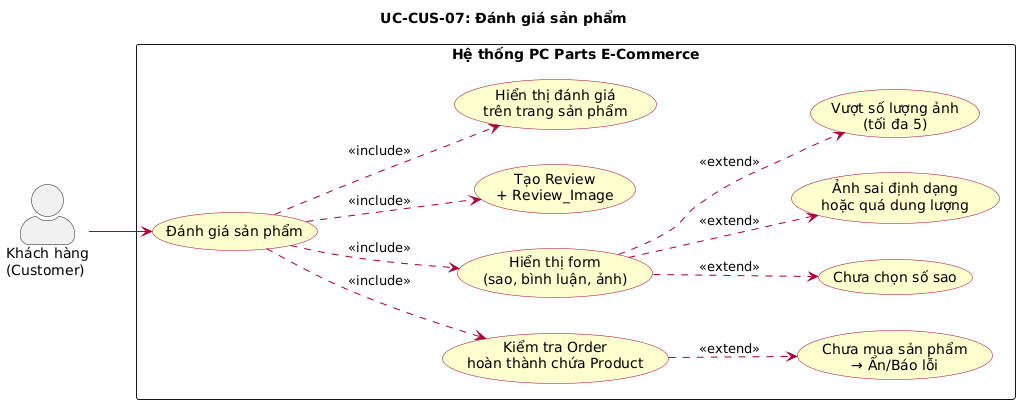
Before: docs/diagrams/images/uc_CUS07_danh_gia_san_pham.png, a diagram exported from PlantUML (huuhieu56/PC-Parts-ECommerce).
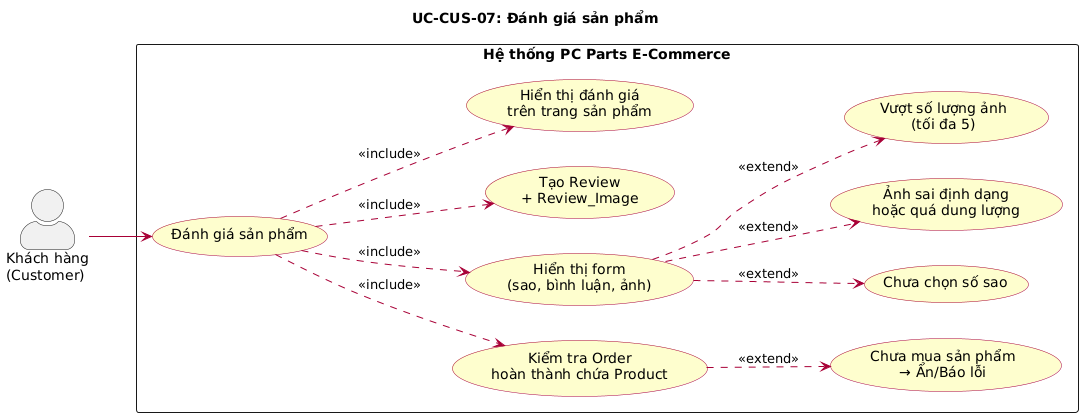
Above is the later version.

What changed in the source:
```diff
@@ -1,4 +1,4 @@
-@startuml
+@startuml uc_CUS07_danh_gia_san_pham
 left to right direction
 skinparam actorStyle awesome
 skinparam packageStyle rectangle
@@ -34,4 +34,5 @@
 UC_FORM ..> UC_ERR_STAR : <<extend>>
 UC_FORM ..> UC_ERR_IMG : <<extend>>
 UC_FORM ..> UC_ERR_MAX_IMG : <<extend>>
+
 @enduml
```
